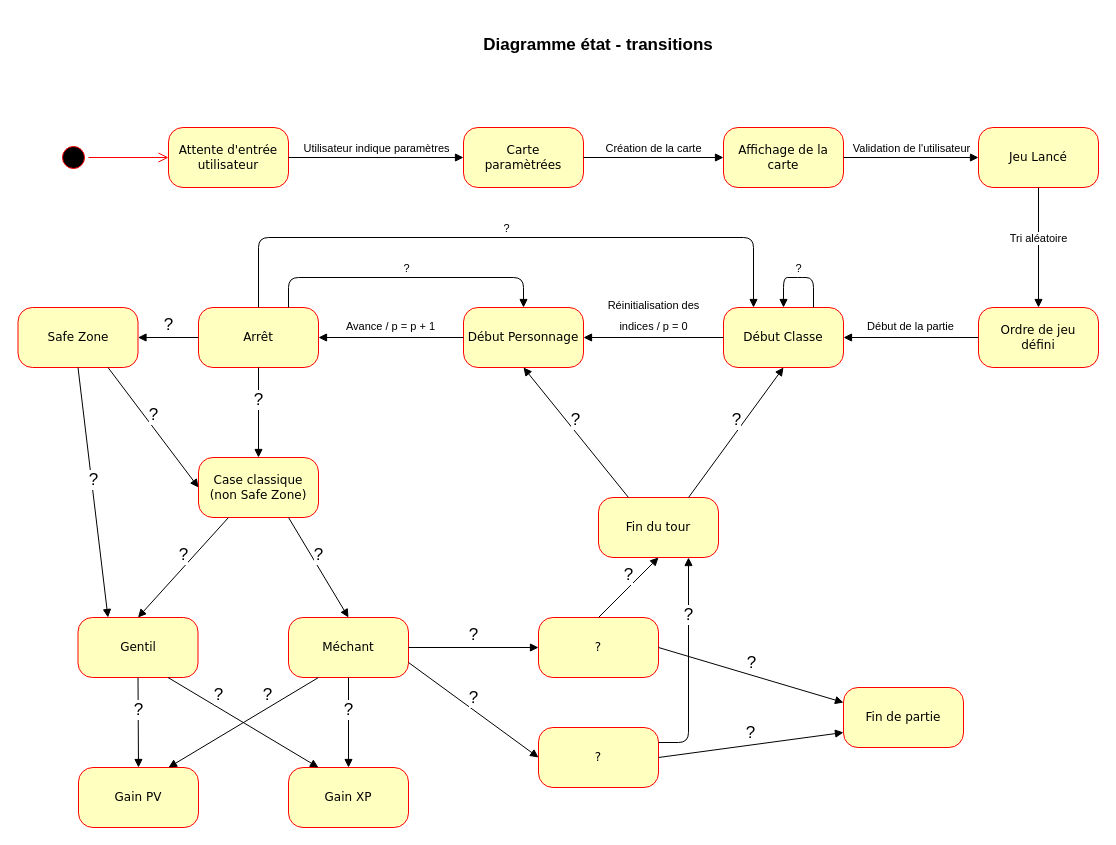
Before: diagramme_etat_transition.drawio in agenceDEVI/ConceptObjet, a draw.io diagram. Source tidied: cells renumbered, new cells numbered last; positions are measured from the earlier drawing's top-left corner, leaving out a move shared by most shapes. Both pictures are drawn from the tidied source at 100%, with x=0, y=0 at pixel (18, 17).
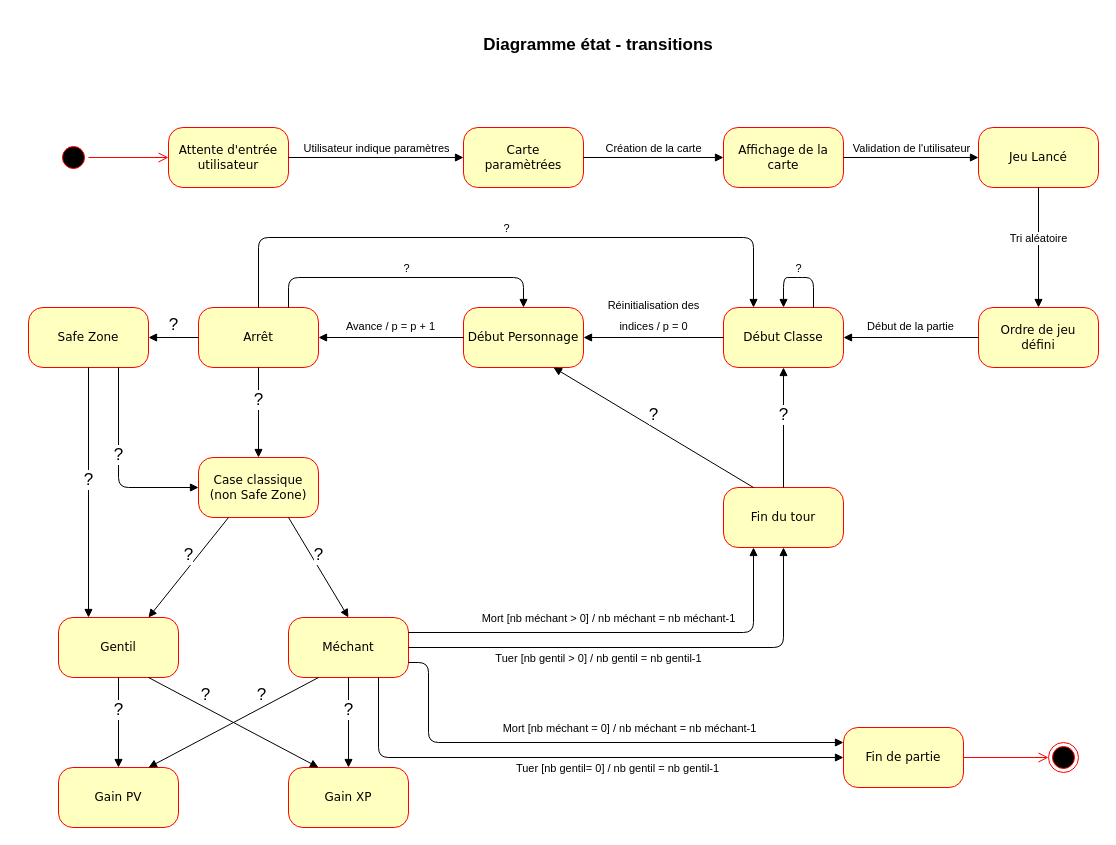
After the change.

Commit message:
modifs etat transi

The change refers to these unchanged cells:
```xml
<mxCell id="6" value="Case classique (non Safe Zone)" style="rounded=1;whiteSpace=wrap;html=1;arcSize=24;fillColor=#ffffc0;strokeColor=#ff0000;shadow=0;comic=0;labelBackgroundColor=none;fontFamily=Verdana;fontSize=12;fontColor=#000000;align=center;" parent="1" vertex="1">
  <mxGeometry x="180" y="440" width="120" height="60" as="geometry" />
</mxCell>
<mxCell id="15" value="Début Classe" style="rounded=1;whiteSpace=wrap;html=1;arcSize=24;fillColor=#ffffc0;strokeColor=#ff0000;shadow=0;comic=0;labelBackgroundColor=none;fontFamily=Verdana;fontSize=12;fontColor=#000000;align=center;" parent="1" vertex="1">
  <mxGeometry x="705" y="290" width="120" height="60" as="geometry" />
</mxCell>
<mxCell id="17" value="&lt;div&gt;Début Personnage&lt;/div&gt;" style="rounded=1;whiteSpace=wrap;html=1;arcSize=24;fillColor=#ffffc0;strokeColor=#ff0000;shadow=0;comic=0;labelBackgroundColor=none;fontFamily=Verdana;fontSize=12;fontColor=#000000;align=center;" parent="1" vertex="1">
  <mxGeometry x="445" y="290" width="120" height="60" as="geometry" />
</mxCell>
<mxCell id="29" value="Méchant" style="rounded=1;whiteSpace=wrap;html=1;arcSize=24;fillColor=#ffffc0;strokeColor=#ff0000;shadow=0;comic=0;labelBackgroundColor=none;fontFamily=Verdana;fontSize=12;fontColor=#000000;align=center;" parent="1" vertex="1">
  <mxGeometry x="270" y="600" width="120" height="60" as="geometry" />
</mxCell>
```

Diff of the diagram source:
```diff
@@
     <mxCell id="24" value="&lt;div&gt;Safe Zone&lt;/div&gt;" style="rounded=1;whiteSpace=wrap;html=1;arcSize=24;fillColor=#ffffc0;strokeColor=#ff0000;shadow=0;comic=0;labelBackgroundColor=none;fontFamily=Verdana;fontSize=12;fontColor=#000000;align=center;" parent="1" vertex="1">
-      <mxGeometry x="-0.5" y="290" width="120" height="60" as="geometry" />
+      <mxGeometry x="10" y="290" width="120" height="60" as="geometry" />
     </mxCell>
@@
     <mxCell id="27" value="?" style="html=1;verticalAlign=bottom;endArrow=block;fontSize=17;entryX=0;entryY=0.5;entryDx=0;entryDy=0;exitX=0.75;exitY=1;exitDx=0;exitDy=0;" parent="1" edge="1" source="24" target="6">
-      <mxGeometry relative="1" as="geometry" />
+      <mxGeometry relative="1" as="geometry">
+        <Array as="points">
+          <mxPoint x="100" y="470" />
+        </Array>
+      </mxGeometry>
     </mxCell>
@@
     <mxCell id="30" value="Gentil" style="rounded=1;whiteSpace=wrap;html=1;arcSize=24;fillColor=#ffffc0;strokeColor=#ff0000;shadow=0;comic=0;labelBackgroundColor=none;fontFamily=Verdana;fontSize=12;fontColor=#000000;align=center;" parent="1" vertex="1">
-      <mxGeometry x="59.5" y="600" width="120" height="60" as="geometry" />
+      <mxGeometry x="40" y="600" width="120" height="60" as="geometry" />
     </mxCell>
     <mxCell id="31" value="Gain PV" style="rounded=1;whiteSpace=wrap;html=1;arcSize=24;fillColor=#ffffc0;strokeColor=#ff0000;shadow=0;comic=0;labelBackgroundColor=none;fontFamily=Verdana;fontSize=12;fontColor=#000000;align=center;" parent="1" vertex="1">
-      <mxGeometry x="60" y="750" width="120" height="60" as="geometry" />
+      <mxGeometry x="40" y="750" width="120" height="60" as="geometry" />
     </mxCell>
@@
-    <mxCell id="33" value="?" style="rounded=1;whiteSpace=wrap;html=1;arcSize=24;fillColor=#ffffc0;strokeColor=#ff0000;shadow=0;comic=0;labelBackgroundColor=none;fontFamily=Verdana;fontSize=12;fontColor=#000000;align=center;" parent="1" vertex="1">
-      <mxGeometry x="520" y="600" width="120" height="60" as="geometry" />
-    </mxCell>
-    <mxCell id="34" value="?" style="rounded=1;whiteSpace=wrap;html=1;arcSize=24;fillColor=#ffffc0;strokeColor=#ff0000;shadow=0;comic=0;labelBackgroundColor=none;fontFamily=Verdana;fontSize=12;fontColor=#000000;align=center;" parent="1" vertex="1">
-      <mxGeometry x="520" y="710" width="120" height="60" as="geometry" />
-    </mxCell>
     <mxCell id="35" value="Fin du tour" style="rounded=1;whiteSpace=wrap;html=1;arcSize=24;fillColor=#ffffc0;strokeColor=#ff0000;shadow=0;comic=0;labelBackgroundColor=none;fontFamily=Verdana;fontSize=12;fontColor=#000000;align=center;" parent="1" vertex="1">
-      <mxGeometry x="580" y="480" width="120" height="60" as="geometry" />
+      <mxGeometry x="705" y="470" width="120" height="60" as="geometry" />
     </mxCell>
     <mxCell id="36" value="Fin de partie" style="rounded=1;whiteSpace=wrap;html=1;arcSize=24;fillColor=#ffffc0;strokeColor=#ff0000;shadow=0;comic=0;labelBackgroundColor=none;fontFamily=Verdana;fontSize=12;fontColor=#000000;align=center;" parent="1" vertex="1">
-      <mxGeometry x="825" y="670" width="120" height="60" as="geometry" />
+      <mxGeometry x="825" y="710" width="120" height="60" as="geometry" />
     </mxCell>
-    <mxCell id="37" value="?" style="html=1;verticalAlign=bottom;endArrow=block;fontSize=17;entryX=0.5;entryY=0;entryDx=0;entryDy=0;exitX=0.25;exitY=1;exitDx=0;exitDy=0;" parent="1" edge="1" source="6" target="30">
+    <mxCell id="37" value="?" style="html=1;verticalAlign=bottom;endArrow=block;fontSize=17;entryX=0.75;entryY=0;entryDx=0;entryDy=0;exitX=0.25;exitY=1;exitDx=0;exitDy=0;" parent="1" edge="1" source="6" target="30">
       <mxGeometry relative="1" as="geometry" />
     </mxCell>
@@
-    <mxCell id="39" value="?" style="html=1;verticalAlign=bottom;endArrow=block;fontSize=17;entryX=0.5;entryY=1;entryDx=0;entryDy=0;exitX=0.25;exitY=0;exitDx=0;exitDy=0;" parent="1" edge="1" source="35" target="17">
+    <mxCell id="39" value="?" style="html=1;verticalAlign=bottom;endArrow=block;fontSize=17;entryX=0.75;entryY=1;entryDx=0;entryDy=0;exitX=0.25;exitY=0;exitDx=0;exitDy=0;" parent="1" edge="1" source="35" target="17">
       <mxGeometry relative="1" as="geometry" />
     </mxCell>
-    <mxCell id="40" value="?" style="html=1;verticalAlign=bottom;endArrow=block;fontSize=17;entryX=0.5;entryY=1;entryDx=0;entryDy=0;exitX=0.75;exitY=0;exitDx=0;exitDy=0;" parent="1" edge="1" source="35" target="15">
+    <mxCell id="40" value="?" style="html=1;verticalAlign=bottom;endArrow=block;fontSize=17;entryX=0.5;entryY=1;entryDx=0;entryDy=0;exitX=0.5;exitY=0;exitDx=0;exitDy=0;" parent="1" edge="1" source="35" target="15">
       <mxGeometry relative="1" as="geometry" />
     </mxCell>
-    <mxCell id="41" value="?" style="html=1;verticalAlign=bottom;endArrow=block;fontSize=17;entryX=0.5;entryY=1;entryDx=0;entryDy=0;exitX=0.5;exitY=0;exitDx=0;exitDy=0;" parent="1" edge="1" source="33" target="35">
-      <mxGeometry relative="1" as="geometry" />
-    </mxCell>
-    <mxCell id="42" value="?" style="html=1;verticalAlign=bottom;endArrow=block;fontSize=17;entryX=0;entryY=0.25;entryDx=0;entryDy=0;exitX=1;exitY=0.5;exitDx=0;exitDy=0;" parent="1" edge="1" source="33" target="36">
-      <mxGeometry relative="1" as="geometry" />
+    <mxCell id="42" value="&lt;div style=&quot;font-size: 11px&quot;&gt;Mort [nb méchant &amp;gt; 0] / nb méchant = nb méchant-1&lt;/div&gt;" style="html=1;verticalAlign=bottom;endArrow=block;fontSize=17;entryX=0.25;entryY=1;entryDx=0;entryDy=0;exitX=1;exitY=0.25;exitDx=0;exitDy=0;" parent="1" edge="1" source="29" target="35">
+      <mxGeometry x="-0.07" y="5" relative="1" as="geometry">
+        <Array as="points">
+          <mxPoint x="735" y="615" />
+        </Array>
+      </mxGeometry>
     </mxCell>
-    <mxCell id="43" value="?" style="html=1;verticalAlign=bottom;endArrow=block;fontSize=17;entryX=0;entryY=0.75;entryDx=0;entryDy=0;exitX=1;exitY=0.5;exitDx=0;exitDy=0;" parent="1" edge="1" source="34" target="36">
-      <mxGeometry relative="1" as="geometry" />
-    </mxCell>
@@
-    <mxCell id="48" value="?" style="html=1;verticalAlign=bottom;endArrow=block;fontSize=17;entryX=0;entryY=0.5;entryDx=0;entryDy=0;exitX=1;exitY=0.5;exitDx=0;exitDy=0;" parent="1" edge="1" source="29" target="33">
-      <mxGeometry relative="1" as="geometry" />
+    <mxCell id="48" value="&lt;div style=&quot;font-size: 11px&quot;&gt;Tuer [nb gentil &amp;gt; 0] / nb gentil = nb gentil-1&lt;/div&gt;" style="html=1;verticalAlign=bottom;endArrow=block;fontSize=17;exitX=1;exitY=0.5;exitDx=0;exitDy=0;entryX=0.5;entryY=1;entryDx=0;entryDy=0;" parent="1" edge="1" source="29" target="35">
+      <mxGeometry x="-0.2" y="-20" relative="1" as="geometry">
+        <Array as="points">
+          <mxPoint x="765" y="630" />
+        </Array>
+      </mxGeometry>
     </mxCell>
-    <mxCell id="49" value="?" style="html=1;verticalAlign=bottom;endArrow=block;fontSize=17;entryX=0;entryY=0.5;entryDx=0;entryDy=0;exitX=1;exitY=0.75;exitDx=0;exitDy=0;" parent="1" edge="1" source="29" target="34">
-      <mxGeometry relative="1" as="geometry" />
+    <mxCell id="49" value="&lt;div style=&quot;font-size: 11px&quot;&gt;Tuer [nb gentil= 0] / nb gentil = nb gentil-1&lt;/div&gt;" style="html=1;verticalAlign=bottom;endArrow=block;fontSize=17;entryX=0;entryY=0.5;entryDx=0;entryDy=0;exitX=0.75;exitY=1;exitDx=0;exitDy=0;" parent="1" edge="1" source="29" target="36">
+      <mxGeometry x="0.17" y="-20" relative="1" as="geometry">
+        <Array as="points">
+          <mxPoint x="360" y="740" />
+        </Array>
+      </mxGeometry>
     </mxCell>
-    <mxCell id="50" value="?" style="html=1;verticalAlign=bottom;endArrow=block;fontSize=17;entryX=0.75;entryY=1;entryDx=0;entryDy=0;exitX=1;exitY=0.25;exitDx=0;exitDy=0;" parent="1" edge="1" source="34" target="35">
-      <mxGeometry x="0.35" relative="1" as="geometry">
-        <Array as="points">
-          <mxPoint x="670" y="725" />
-        </Array>
-      </mxGeometry>
-    </mxCell>
+    <mxCell id="51" value="&lt;div style=&quot;font-size: 11px&quot;&gt;Mort [nb méchant = 0] / nb méchant = nb méchant-1&lt;/div&gt;" style="html=1;verticalAlign=bottom;endArrow=block;fontSize=17;entryX=0;entryY=0.25;entryDx=0;entryDy=0;exitX=1;exitY=0.75;exitDx=0;exitDy=0;" parent="1" edge="1" source="29" target="36">
+      <mxGeometry x="0.17" y="5" relative="1" as="geometry">
+        <Array as="points">
+          <mxPoint x="410" y="645" />
+          <mxPoint x="410" y="725" />
+        </Array>
+      </mxGeometry>
+    </mxCell>
+    <mxCell id="52" style="ellipse;html=1;shape=endState;fillColor=#000000;strokeColor=#ff0000;" parent="1" vertex="1">
+      <mxGeometry x="1030" y="725" width="30" height="30" as="geometry" />
+    </mxCell>
+    <mxCell id="53" style="edgeStyle=orthogonalEdgeStyle;html=1;verticalAlign=bottom;endArrow=open;endSize=8;strokeColor=#ff0000;entryX=0;entryY=0.5;entryDx=0;entryDy=0;exitX=1;exitY=0.5;exitDx=0;exitDy=0;" parent="1" edge="1" source="36" target="52">
+      <mxGeometry relative="1" as="geometry" />
+    </mxCell>
```
